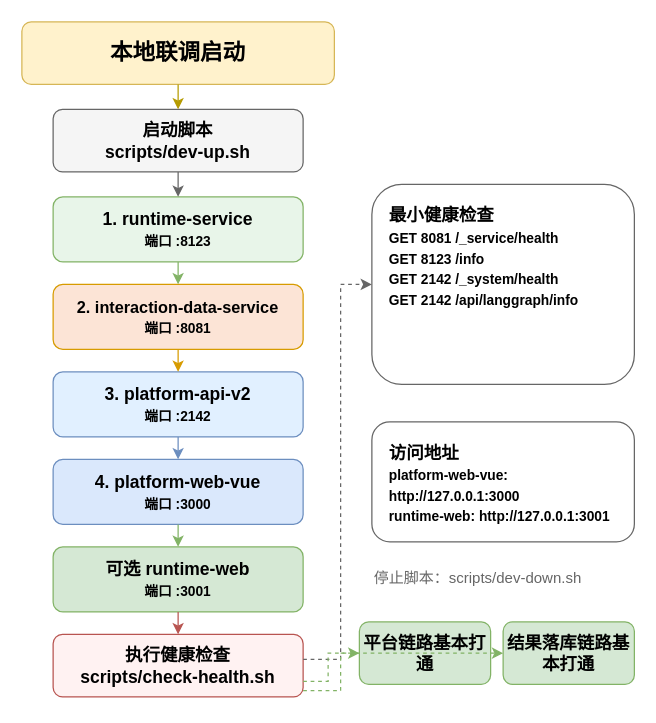
This is docs/diagrams/local-dev-startup-flow.zh.drawio from ljxpython/ai-agent-platform, a draw.io file, before an edit. Source tidied: cells renumbered, new cells numbered last; positions are measured from the earlier drawing's top-left corner, leaving out a move shared by most shapes. Both pictures are drawn from the tidied source at 125%, with x=0, y=0 at pixel (21, 21).
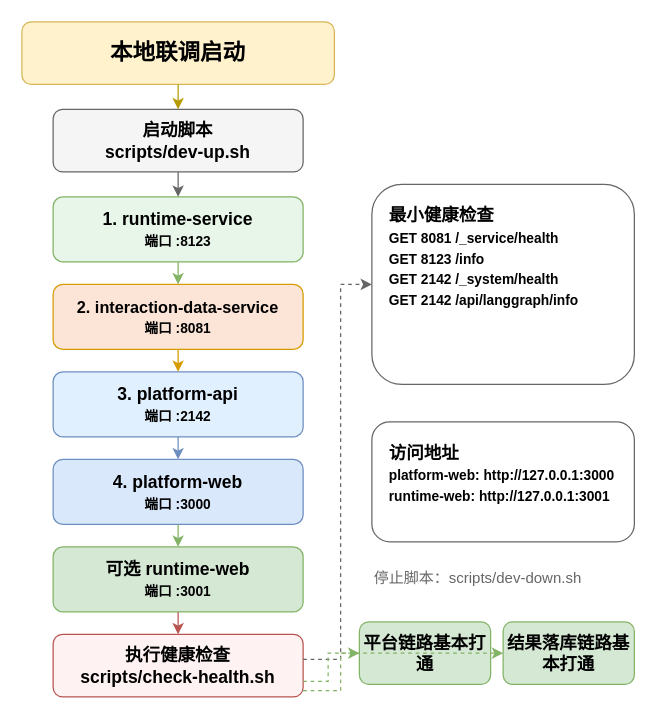
The same page after the edit.

Diff of the diagram source:
```diff
@@
-    <mxCell id="6" value="3. platform-api-v2&lt;br/&gt;&lt;font style=&quot;font-size:11px;&quot;&gt;端口 :2142&lt;/font&gt;" style="rounded=1;whiteSpace=wrap;html=1;fillColor=#E1F0FF;strokeColor=#6C8EBF;fontSize=14;fontStyle=1;align=center;verticalAlign=middle;" parent="1" vertex="1">
+    <mxCell id="6" value="3. platform-api&lt;br/&gt;&lt;font style=&quot;font-size:11px;&quot;&gt;端口 :2142&lt;/font&gt;" style="rounded=1;whiteSpace=wrap;html=1;fillColor=#E1F0FF;strokeColor=#6C8EBF;fontSize=14;fontStyle=1;align=center;verticalAlign=middle;" parent="1" vertex="1">
       <mxGeometry x="25" y="280" width="200" height="52" as="geometry" />
     </mxCell>
-    <mxCell id="7" value="4. platform-web-vue&lt;br/&gt;&lt;font style=&quot;font-size:11px;&quot;&gt;端口 :3000&lt;/font&gt;" style="rounded=1;whiteSpace=wrap;html=1;fillColor=#DAE8FC;strokeColor=#6C8EBF;fontSize=14;fontStyle=1;align=center;verticalAlign=middle;" parent="1" vertex="1">
+    <mxCell id="7" value="4. platform-web&lt;br/&gt;&lt;font style=&quot;font-size:11px;&quot;&gt;端口 :3000&lt;/font&gt;" style="rounded=1;whiteSpace=wrap;html=1;fillColor=#DAE8FC;strokeColor=#6C8EBF;fontSize=14;fontStyle=1;align=center;verticalAlign=middle;" parent="1" vertex="1">
       <mxGeometry x="25" y="350" width="200" height="52" as="geometry" />
     </mxCell>
@@
-    <mxCell id="11" value="访问地址&lt;br/&gt;&lt;font style=&quot;font-size:11px;&quot;&gt;platform-web-vue: http://127.0.0.1:3000&lt;br/&gt;runtime-web: http://127.0.0.1:3001&lt;/font&gt;" style="rounded=1;whiteSpace=wrap;html=1;fillColor=#FFFFFF;strokeColor=#666666;fontSize=14;fontStyle=1;align=left;spacingLeft=12;spacingTop=10;verticalAlign=top;" parent="1" vertex="1">
+    <mxCell id="11" value="访问地址&lt;br/&gt;&lt;font style=&quot;font-size:11px;&quot;&gt;platform-web: http://127.0.0.1:3000&lt;br/&gt;runtime-web: http://127.0.0.1:3001&lt;/font&gt;" style="rounded=1;whiteSpace=wrap;html=1;fillColor=#FFFFFF;strokeColor=#666666;fontSize=14;fontStyle=1;align=left;spacingLeft=12;spacingTop=10;verticalAlign=top;" parent="1" vertex="1">
       <mxGeometry x="280" y="320" width="210" height="96" as="geometry" />
     </mxCell>
```
